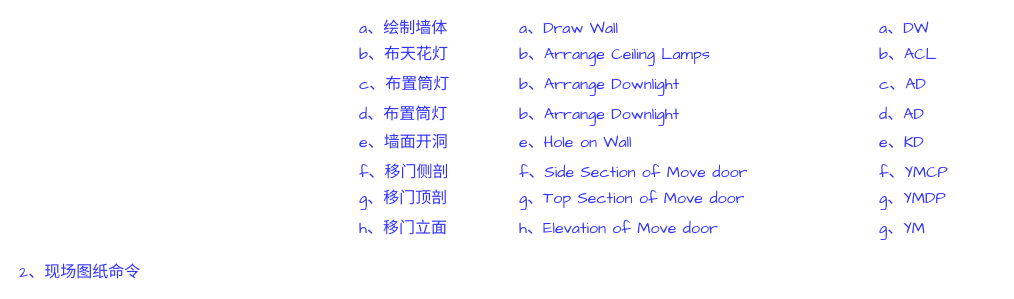
The draw.io diagram page "现场图纸命令" (3 of 6) of BF_CustomTools/bin/Debug/需求规划文档.drawio in zuiyuewu1102/AidedDraftingTools, before the edit. Source tidied: cells renumbered, new cells numbered last; positions are measured from the earlier drawing's top-left corner, leaving out a move shared by most shapes. Both pictures are drawn from the tidied source at 100%, with x=0, y=0 at pixel (17, 18).
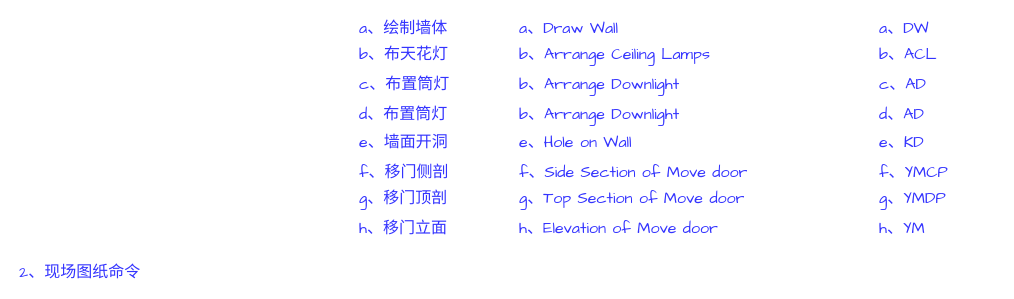
Above is the later version.

Change to the diagram source:
```diff
@@
-    <mxCell id="25" value="g、YM" style="text;html=1;strokeColor=none;fillColor=none;align=left;verticalAlign=middle;whiteSpace=wrap;rounded=0;fontSize=16;fontFamily=Comic Sans MS;fontColor=#3333FF;" parent="1" vertex="1">
+    <mxCell id="25" value="h、YM" style="text;html=1;strokeColor=none;fillColor=none;align=left;verticalAlign=middle;whiteSpace=wrap;rounded=0;fontSize=16;fontFamily=Comic Sans MS;fontColor=#3333FF;" parent="1" vertex="1">
       <mxGeometry x="860" y="200" width="120" height="20" as="geometry" />
     </mxCell>
```
